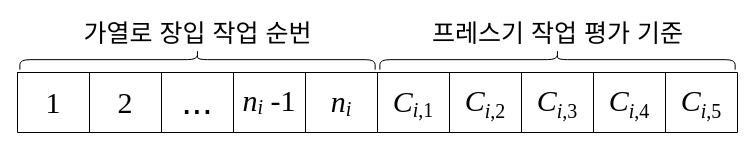
Earlier version of the draw.io diagram 새새새새샛새새해.drawio (seheeP/statistic). Source tidied: cells renumbered, new cells numbered last; positions are measured from the earlier drawing's top-left corner, leaving out a move shared by most shapes. Both pictures are drawn from the tidied source at 100%, with x=0, y=0 at pixel (17, -118).
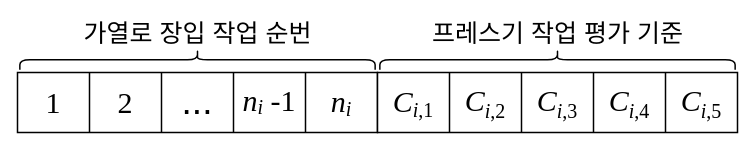
Above is the later version.

Commit message:
Update 새새새새샛새새해.drawio

The edit, as a diff of the source:
```diff
@@
 <mxGraphModel>
   <root>
     <mxCell id="0" />
     <mxCell id="1" parent="0" />
-    <mxCell id="2" style="shape=table;html=1;whiteSpace=wrap;startSize=0;childLayout=tableLayout;rounded=1;sketch=0;fontSize=16;strokeWidth=1;" parent="1" vertex="1">
+    <mxCell id="2" style="shape=table;html=1;whiteSpace=wrap;startSize=0;childLayout=tableLayout;rounded=1;sketch=0;fontSize=16;strokeWidth=1.5;" parent="1" vertex="1">
       <mxGeometry y="190" width="360" height="60" as="geometry" />
     </mxCell>
     <mxCell id="3" style="shape=partialRectangle;html=1;whiteSpace=wrap;fillColor=none;top=0;left=0;bottom=0;right=0;" parent="2" vertex="1">
       <mxGeometry width="360" height="60" as="geometry" />
     </mxCell>
     <mxCell id="4" value="&lt;font style=&quot;font-size: 30px&quot; face=&quot;Times New Roman&quot;&gt;1&lt;/font&gt;" style="shape=partialRectangle;html=1;whiteSpace=wrap;fillColor=none;top=0;left=0;bottom=0;right=0;overflow=hidden;" parent="3" vertex="1">
       <mxGeometry width="72" height="60" as="geometry" />
     </mxCell>
     <mxCell id="5" value="&lt;font size=&quot;1&quot; face=&quot;Times New Roman&quot;&gt;&lt;span style=&quot;font-weight: normal ; font-size: 30px&quot;&gt;2&lt;/span&gt;&lt;/font&gt;" style="shape=partialRectangle;html=1;whiteSpace=wrap;fillColor=none;top=0;left=0;bottom=0;right=0;overflow=hidden;fontStyle=1;" parent="3" vertex="1">
       <mxGeometry x="72" width="72" height="60" as="geometry" />
     </mxCell>
     <mxCell id="6" value="&lt;font style=&quot;font-size: 37px&quot;&gt;...&lt;/font&gt;" style="shape=partialRectangle;html=1;whiteSpace=wrap;fillColor=none;top=0;left=0;bottom=0;right=0;overflow=hidden;" parent="3" vertex="1">
       <mxGeometry x="144" width="72" height="60" as="geometry" />
     </mxCell>
     <mxCell id="7" value="&lt;font face=&quot;Times New Roman&quot;&gt;&lt;span style=&quot;font-size: 30px ; font-style: italic&quot;&gt;n&lt;/span&gt;&lt;span style=&quot;font-style: italic&quot;&gt;&lt;sub&gt;&lt;font style=&quot;font-size: 20px&quot;&gt;i&lt;/font&gt;&lt;/sub&gt;&lt;/span&gt;&lt;sub style=&quot;font-size: 30px&quot;&gt;&amp;nbsp;&lt;/sub&gt;&lt;span style=&quot;font-size: 30px&quot;&gt;-1&lt;/span&gt;&lt;/font&gt;" style="shape=partialRectangle;html=1;whiteSpace=wrap;fillColor=none;top=0;left=0;bottom=0;right=0;overflow=hidden;" parent="3" vertex="1">
       <mxGeometry x="216" width="72" height="60" as="geometry" />
     </mxCell>
-    <mxCell id="8" value="&lt;font face=&quot;Times New Roman&quot;&gt;&lt;i style=&quot;font-size: 30px&quot;&gt;n&lt;/i&gt;&lt;sub&gt;&lt;font size=&quot;1&quot;&gt;&lt;i style=&quot;font-size: 20px&quot;&gt;i&lt;/i&gt;&lt;/font&gt;&lt;/sub&gt;&lt;/font&gt;" style="shape=partialRectangle;html=1;whiteSpace=wrap;fillColor=none;top=0;left=0;bottom=0;right=0;overflow=hidden;" parent="3" vertex="1">
+    <mxCell id="8" value="&lt;font face=&quot;Times New Roman&quot;&gt;&lt;i style=&quot;font-size: 30px&quot;&gt;n&lt;/i&gt;&lt;sub&gt;&lt;font size=&quot;1&quot;&gt;&lt;i style=&quot;font-size: 20px&quot;&gt;i&lt;/i&gt;&lt;/font&gt;&lt;/sub&gt;&lt;/font&gt;" style="shape=partialRectangle;html=1;whiteSpace=wrap;fillColor=none;top=0;left=0;bottom=0;right=0;overflow=hidden;strokeWidth=1.5;" parent="3" vertex="1">
       <mxGeometry x="288" width="72" height="60" as="geometry" />
     </mxCell>
     <mxCell id="9" value="&lt;font&gt;&lt;font style=&quot;background-color: rgb(255 , 255 , 255) ; font-size: 25px&quot;&gt;가열로 장입 작업 순번&lt;/font&gt;&lt;br&gt;&lt;/font&gt;" style="text;html=1;align=center;verticalAlign=middle;strokeColor=none;fillColor=none;fontSize=15;" parent="1" vertex="1">
       <mxGeometry x="50" y="135" width="260" height="30" as="geometry" />
     </mxCell>
     <mxCell id="10" value="&lt;font&gt;&lt;font style=&quot;background-color: rgb(255 , 255 , 255) ; font-size: 25px&quot;&gt;프레스기 작업 평가 기준&lt;/font&gt;&lt;br&gt;&lt;/font&gt;" style="text;html=1;align=center;verticalAlign=middle;strokeColor=none;fillColor=none;fontSize=15;" parent="1" vertex="1">
       <mxGeometry x="395" y="135" width="290" height="30" as="geometry" />
     </mxCell>
-    <mxCell id="11" style="shape=table;html=1;whiteSpace=wrap;startSize=0;childLayout=tableLayout;rounded=1;sketch=0;fontSize=16;strokeWidth=1;" parent="1" vertex="1">
+    <mxCell id="11" style="shape=table;html=1;whiteSpace=wrap;startSize=0;childLayout=tableLayout;rounded=1;sketch=0;fontSize=16;strokeWidth=1.5;" parent="1" vertex="1">
       <mxGeometry x="360" y="190" width="360" height="60" as="geometry" />
     </mxCell>
     <mxCell id="12" style="shape=partialRectangle;html=1;whiteSpace=wrap;fillColor=none;top=0;left=0;bottom=0;right=0;fontFamily=Times New Roman;" parent="11" vertex="1">
       <mxGeometry width="360" height="60" as="geometry" />
     </mxCell>
     <mxCell id="13" value="&lt;font face=&quot;Times New Roman&quot; style=&quot;font-size: 20px&quot;&gt;&lt;i&gt;&lt;font style=&quot;font-size: 30px&quot;&gt;C&lt;/font&gt;&lt;/i&gt;&lt;sub&gt;&lt;font style=&quot;font-size: 20px&quot;&gt;&lt;i&gt;i&lt;/i&gt;&lt;/font&gt;&lt;/sub&gt;&lt;sub&gt;&lt;font style=&quot;font-size: 20px&quot;&gt;,1&lt;/font&gt;&lt;/sub&gt;&lt;/font&gt;" style="shape=partialRectangle;html=1;whiteSpace=wrap;fillColor=none;top=0;left=0;bottom=0;right=0;overflow=hidden;" parent="12" vertex="1">
       <mxGeometry width="72" height="60" as="geometry" />
     </mxCell>
     <mxCell id="14" value="&lt;font style=&quot;font-size: 30px&quot;&gt;&lt;i style=&quot;font-family: &amp;#34;times new roman&amp;#34; ; font-weight: 400&quot;&gt;C&lt;/i&gt;&lt;sub style=&quot;font-family: &amp;#34;times new roman&amp;#34; ; font-weight: 400 ; font-size: 20px&quot;&gt;&lt;font style=&quot;font-size: 20px&quot;&gt;&lt;i&gt;i&lt;/i&gt;,2&lt;/font&gt;&lt;/sub&gt;&lt;/font&gt;" style="shape=partialRectangle;html=1;whiteSpace=wrap;fillColor=none;top=0;left=0;bottom=0;right=0;overflow=hidden;fontStyle=1;" parent="12" vertex="1">
       <mxGeometry x="72" width="72" height="60" as="geometry" />
     </mxCell>
     <mxCell id="15" value="&lt;font style=&quot;font-size: 30px&quot;&gt;&lt;i style=&quot;font-family: &amp;#34;times new roman&amp;#34;&quot;&gt;C&lt;/i&gt;&lt;sub style=&quot;font-family: &amp;#34;times new roman&amp;#34; ; font-size: 20px&quot;&gt;&lt;font style=&quot;font-size: 20px&quot;&gt;&lt;i&gt;i&lt;/i&gt;,3&lt;/font&gt;&lt;/sub&gt;&lt;/font&gt;" style="shape=partialRectangle;html=1;whiteSpace=wrap;fillColor=none;top=0;left=0;bottom=0;right=0;overflow=hidden;" parent="12" vertex="1">
       <mxGeometry x="144" width="72" height="60" as="geometry" />
     </mxCell>
     <mxCell id="16" value="&lt;font style=&quot;font-size: 30px&quot;&gt;&lt;i style=&quot;font-family: &amp;#34;times new roman&amp;#34;&quot;&gt;C&lt;/i&gt;&lt;sub style=&quot;font-family: &amp;#34;times new roman&amp;#34; ; font-size: 20px&quot;&gt;&lt;font style=&quot;font-size: 20px&quot;&gt;&lt;i&gt;i&lt;/i&gt;,4&lt;/font&gt;&lt;/sub&gt;&lt;/font&gt;" style="shape=partialRectangle;html=1;whiteSpace=wrap;fillColor=none;top=0;left=0;bottom=0;right=0;overflow=hidden;" parent="12" vertex="1">
       <mxGeometry x="216" width="72" height="60" as="geometry" />
     </mxCell>
     <mxCell id="17" value="&lt;font style=&quot;font-size: 30px&quot;&gt;&lt;i style=&quot;font-family: &amp;#34;times new roman&amp;#34;&quot;&gt;C&lt;/i&gt;&lt;sub style=&quot;font-family: &amp;#34;times new roman&amp;#34; ; font-size: 20px&quot;&gt;&lt;font style=&quot;font-size: 20px&quot;&gt;&lt;i&gt;i&lt;/i&gt;,5&lt;/font&gt;&lt;/sub&gt;&lt;/font&gt;" style="shape=partialRectangle;html=1;whiteSpace=wrap;fillColor=none;top=0;left=0;bottom=0;right=0;overflow=hidden;" parent="12" vertex="1">
       <mxGeometry x="288" width="72" height="60" as="geometry" />
     </mxCell>
-    <mxCell id="18" style="shape=curlyBracket;whiteSpace=wrap;html=1;rounded=1;flipH=1;fontFamily=Times New Roman;fontSize=16;rotation=-90;strokeWidth=1;" parent="1" vertex="1">
+    <mxCell id="18" style="shape=curlyBracket;whiteSpace=wrap;html=1;rounded=1;flipH=1;fontFamily=Times New Roman;fontSize=16;rotation=-90;strokeWidth=1.5;" parent="1" vertex="1">
       <mxGeometry x="170" y="-0.5" width="20" height="355.3" as="geometry" />
     </mxCell>
-    <mxCell id="19" style="shape=curlyBracket;whiteSpace=wrap;html=1;rounded=1;flipH=1;fontFamily=Times New Roman;fontSize=16;rotation=-90;strokeWidth=1;" parent="1" vertex="1">
+    <mxCell id="19" style="shape=curlyBracket;whiteSpace=wrap;html=1;rounded=1;flipH=1;fontFamily=Times New Roman;fontSize=16;rotation=-90;strokeWidth=1.5;" parent="1" vertex="1">
       <mxGeometry x="530" y="-0.5" width="20" height="355.3" as="geometry" />
     </mxCell>
   </root>
 </mxGraphModel>
```
